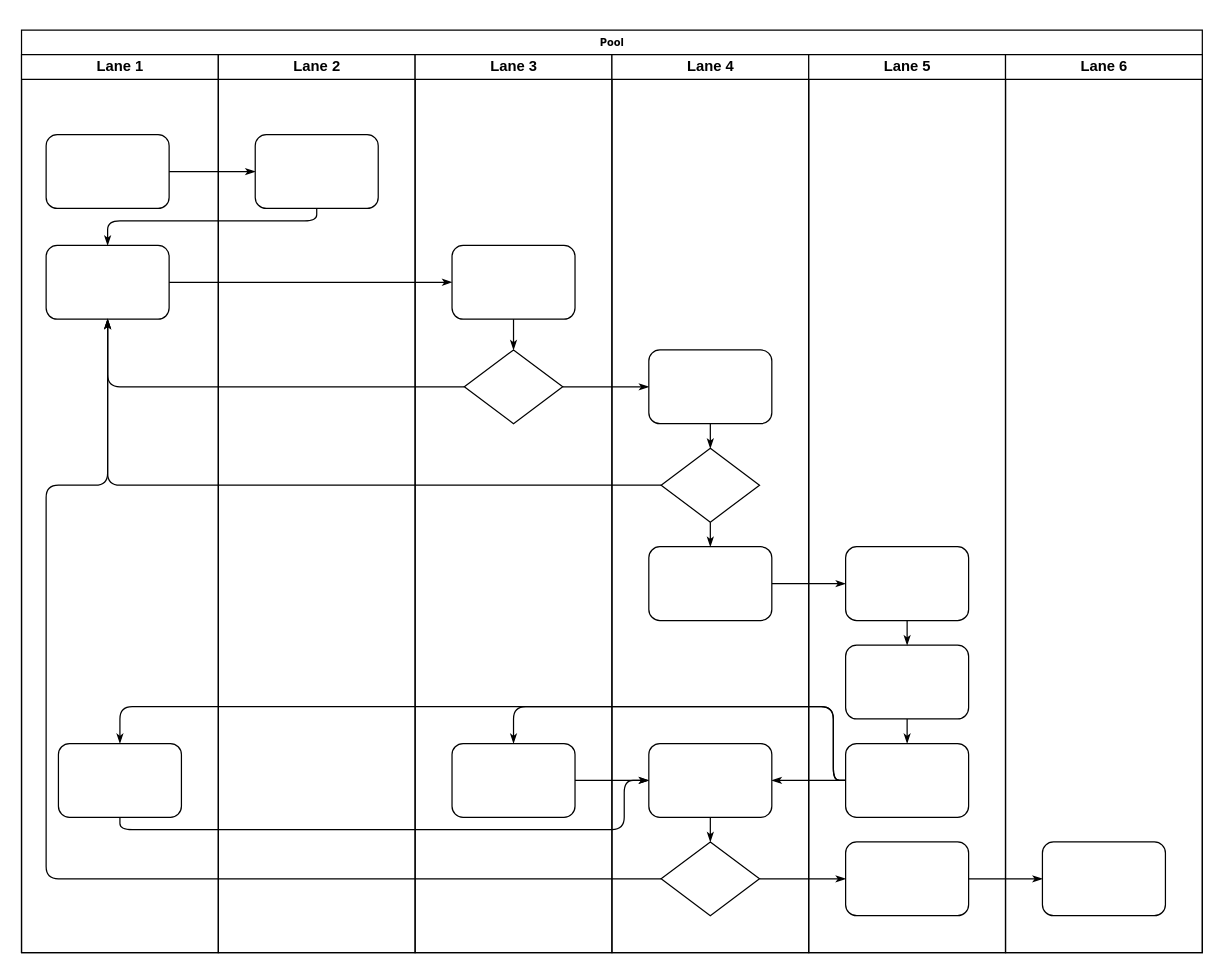
Before: 未命名绘图.drawio in yangjy15033/draw.io, a draw.io diagram. Source tidied: cells renumbered, new cells numbered last; positions are measured from the earlier drawing's top-left corner, leaving out a move shared by most shapes. Both pictures are drawn from the tidied source at 123%, with x=0, y=0 at pixel (21, 30).
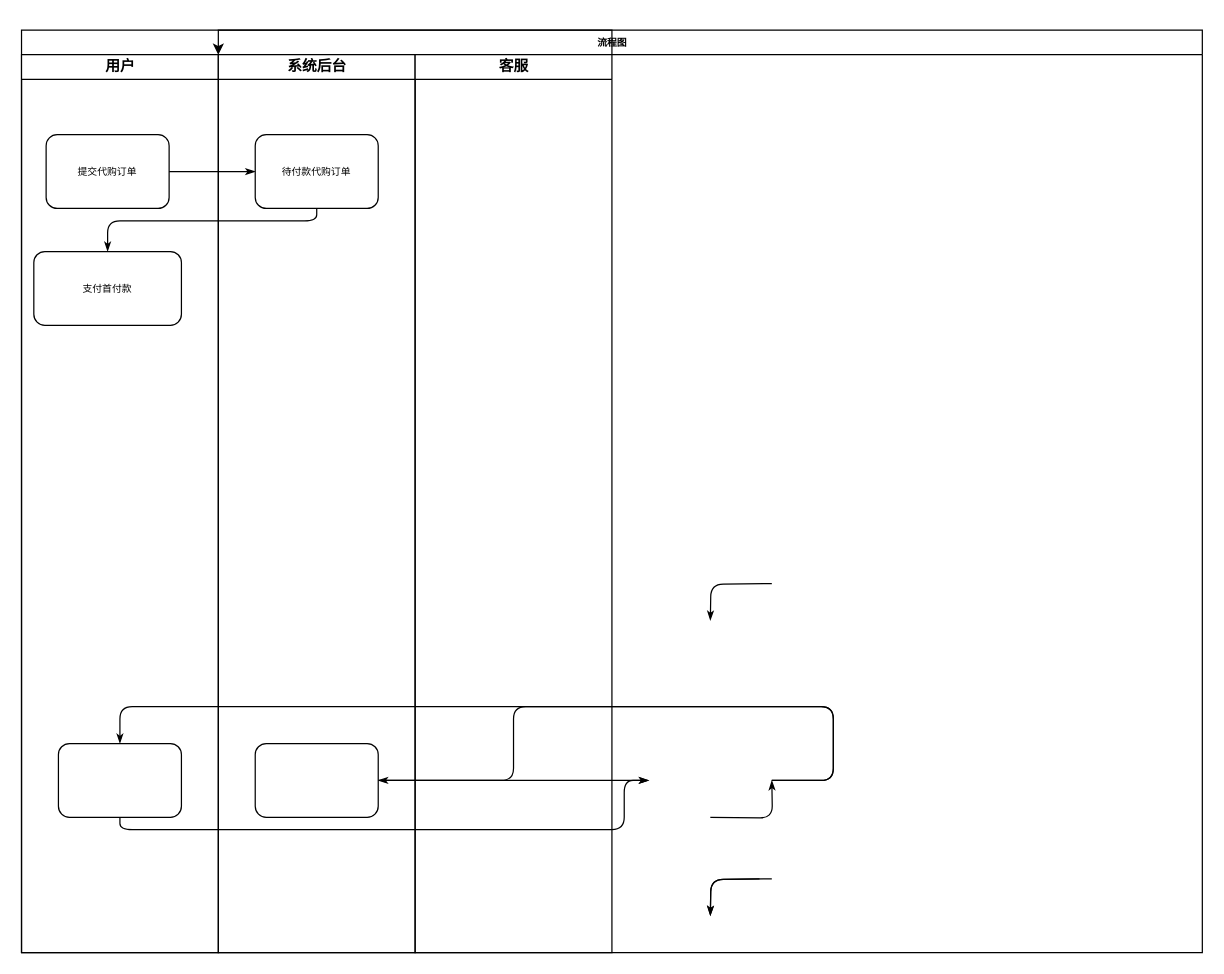
After the change.

Commit message:
更新未命名绘图.drawio

Unchanged cells that the change refers to:
```xml
<mxCell id="6" style="rounded=1;whiteSpace=wrap;html=1;shadow=0;labelBackgroundColor=none;strokeWidth=1;fontFamily=Verdana;fontSize=8;align=center;" parent="3" vertex="1">
  <mxGeometry x="30" y="560" width="100" height="60" as="geometry" />
</mxCell>
```

Change to the diagram source:
```diff
@@
-    <mxCell id="2" value="Pool" style="swimlane;html=1;startSize=20;rounded=0;shadow=0;labelBackgroundColor=none;strokeWidth=1;fontFamily=Verdana;fontSize=8;align=center;" parent="1" vertex="1">
+    <mxCell id="2" value="流程图" style="swimlane;html=1;startSize=20;rounded=0;shadow=0;labelBackgroundColor=none;strokeWidth=1;fontFamily=Verdana;fontSize=8;align=center;" parent="1" vertex="1">
       <mxGeometry width="960" height="750" as="geometry" />
     </mxCell>
-    <mxCell id="3" value="Lane 1" style="swimlane;html=1;startSize=20;" parent="2" vertex="1">
+    <mxCell id="3" value="用户" style="swimlane;html=1;startSize=20;" parent="2" vertex="1">
       <mxGeometry y="20" width="160" height="730" as="geometry" />
     </mxCell>
-    <mxCell id="4" style="rounded=1;whiteSpace=wrap;html=1;shadow=0;labelBackgroundColor=none;strokeWidth=1;fontFamily=Verdana;fontSize=8;align=center;" parent="3" vertex="1">
+    <mxCell id="4" value="提交代购订单" style="rounded=1;whiteSpace=wrap;html=1;shadow=0;labelBackgroundColor=none;strokeWidth=1;fontFamily=Verdana;fontSize=8;align=center;" parent="3" vertex="1">
       <mxGeometry x="20" y="65" width="100" height="60" as="geometry" />
     </mxCell>
-    <mxCell id="5" style="rounded=1;whiteSpace=wrap;html=1;shadow=0;labelBackgroundColor=none;strokeWidth=1;fontFamily=Verdana;fontSize=8;align=center;" parent="3" vertex="1">
-      <mxGeometry x="20" y="155" width="100" height="60" as="geometry" />
-    </mxCell>
@@
+    <mxCell id="47" value="支付首付款" style="whiteSpace=wrap;html=1;fontSize=8;fontFamily=Verdana;rounded=1;shadow=0;labelBackgroundColor=none;strokeWidth=1;" parent="3" vertex="1">
+      <mxGeometry x="10" y="160" width="120" height="60" as="geometry" />
+    </mxCell>
@@
-    <mxCell id="8" style="edgeStyle=orthogonalEdgeStyle;rounded=1;html=1;labelBackgroundColor=none;startArrow=none;startFill=0;startSize=5;endArrow=classicThin;endFill=1;endSize=5;jettySize=auto;strokeWidth=1;fontFamily=Verdana;fontSize=8;" parent="2" edge="1" source="23" target="5">
+    <mxCell id="8" style="edgeStyle=orthogonalEdgeStyle;rounded=1;html=1;labelBackgroundColor=none;startArrow=none;startFill=0;startSize=5;endArrow=classicThin;endFill=1;endSize=5;jettySize=auto;strokeWidth=1;fontFamily=Verdana;fontSize=8;" parent="2" edge="1" source="23" target="47">
       <mxGeometry relative="1" as="geometry">
         <Array as="points">
           <mxPoint x="240" y="155" />
           <mxPoint x="70" y="155" />
         </Array>
       </mxGeometry>
     </mxCell>
-    <mxCell id="9" style="edgeStyle=orthogonalEdgeStyle;rounded=1;html=1;labelBackgroundColor=none;startArrow=none;startFill=0;startSize=5;endArrow=classicThin;endFill=1;endSize=5;jettySize=auto;strokeWidth=1;fontFamily=Verdana;fontSize=8;" parent="2" edge="1" source="5" target="25">
-      <mxGeometry relative="1" as="geometry" />
-    </mxCell>
-    <mxCell id="10" style="edgeStyle=orthogonalEdgeStyle;rounded=1;html=1;labelBackgroundColor=none;startArrow=none;startFill=0;startSize=5;endArrow=classicThin;endFill=1;endSize=5;jettySize=auto;strokeWidth=1;fontFamily=Verdana;fontSize=8;" parent="2" edge="1" source="26" target="5">
-      <mxGeometry relative="1" as="geometry" />
-    </mxCell>
-    <mxCell id="11" style="edgeStyle=orthogonalEdgeStyle;rounded=1;html=1;labelBackgroundColor=none;startArrow=none;startFill=0;startSize=5;endArrow=classicThin;endFill=1;endSize=5;jettySize=auto;strokeWidth=1;fontFamily=Verdana;fontSize=8;" parent="2" edge="1" source="31" target="5">
-      <mxGeometry relative="1" as="geometry" />
-    </mxCell>
-    <mxCell id="12" style="edgeStyle=orthogonalEdgeStyle;rounded=1;html=1;labelBackgroundColor=none;startArrow=none;startFill=0;startSize=5;endArrow=classicThin;endFill=1;endSize=5;jettySize=auto;strokeWidth=1;fontFamily=Verdana;fontSize=8;" parent="2" edge="1" source="34" target="5">
-      <mxGeometry relative="1" as="geometry">
-        <Array as="points">
-          <mxPoint x="20" y="690" />
-          <mxPoint x="20" y="370" />
-          <mxPoint x="70" y="370" />
-        </Array>
-      </mxGeometry>
-    </mxCell>
-    <mxCell id="13" style="edgeStyle=orthogonalEdgeStyle;rounded=1;html=1;labelBackgroundColor=none;startArrow=none;startFill=0;startSize=5;endArrow=classicThin;endFill=1;endSize=5;jettySize=auto;strokeWidth=1;fontFamily=Verdana;fontSize=8;" parent="2" edge="1" source="26" target="30">
-      <mxGeometry relative="1" as="geometry" />
-    </mxCell>
-    <mxCell id="14" style="edgeStyle=orthogonalEdgeStyle;rounded=1;html=1;labelBackgroundColor=none;startArrow=none;startFill=0;startSize=5;endArrow=classicThin;endFill=1;endSize=5;jettySize=auto;strokeWidth=1;fontFamily=Verdana;fontSize=8;" parent="2" edge="1" source="34" target="42">
-      <mxGeometry relative="1" as="geometry" />
+    <mxCell id="14" style="edgeStyle=orthogonalEdgeStyle;rounded=1;html=1;labelBackgroundColor=none;startArrow=none;startFill=0;startSize=5;endArrow=classicThin;endFill=1;endSize=5;jettySize=auto;orthogonalLoop=1;strokeWidth=1;fontFamily=Verdana;fontSize=8;" parent="2" edge="1">
+      <mxGeometry relative="1" as="geometry">
+        <mxPoint x="600" y="690" as="sourcePoint" />
+        <mxPoint x="560" y="720" as="targetPoint" />
+      </mxGeometry>
     </mxCell>
-    <mxCell id="15" style="edgeStyle=orthogonalEdgeStyle;rounded=1;html=1;labelBackgroundColor=none;startArrow=none;startFill=0;startSize=5;endArrow=classicThin;endFill=1;endSize=5;jettySize=auto;strokeWidth=1;fontFamily=Verdana;fontSize=8;" parent="2" edge="1" source="42" target="46">
-      <mxGeometry relative="1" as="geometry" />
+    <mxCell id="15" style="edgeStyle=orthogonalEdgeStyle;rounded=1;html=1;labelBackgroundColor=none;startArrow=none;startFill=0;startSize=5;endArrow=classicThin;endFill=1;endSize=5;jettySize=auto;orthogonalLoop=1;strokeWidth=1;fontFamily=Verdana;fontSize=8;" parent="2" edge="1">
+      <mxGeometry relative="1" as="geometry">
+        <mxPoint x="610" y="690" as="sourcePoint" />
+        <mxPoint x="560" y="720" as="targetPoint" />
+      </mxGeometry>
     </mxCell>
-    <mxCell id="16" style="edgeStyle=orthogonalEdgeStyle;rounded=1;html=1;labelBackgroundColor=none;startArrow=none;startFill=0;startSize=5;endArrow=classicThin;endFill=1;endSize=5;jettySize=auto;strokeWidth=1;fontFamily=Verdana;fontSize=8;" parent="2" edge="1" source="32" target="39">
-      <mxGeometry relative="1" as="geometry" />
+    <mxCell id="16" style="edgeStyle=orthogonalEdgeStyle;rounded=1;html=1;labelBackgroundColor=none;startArrow=none;startFill=0;startSize=5;endArrow=classicThin;endFill=1;endSize=5;jettySize=auto;orthogonalLoop=1;strokeWidth=1;fontFamily=Verdana;fontSize=8;" parent="2" edge="1">
+      <mxGeometry relative="1" as="geometry">
+        <mxPoint x="610" y="450" as="sourcePoint" />
+        <mxPoint x="560" y="480" as="targetPoint" />
+      </mxGeometry>
     </mxCell>
-    <mxCell id="17" style="edgeStyle=orthogonalEdgeStyle;rounded=1;html=1;labelBackgroundColor=none;startArrow=none;startFill=0;startSize=5;endArrow=classicThin;endFill=1;endSize=5;jettySize=auto;strokeWidth=1;fontFamily=Verdana;fontSize=8;" parent="2" edge="1" source="41" target="27">
+    <mxCell id="17" style="edgeStyle=orthogonalEdgeStyle;rounded=1;html=1;labelBackgroundColor=none;startArrow=none;startFill=0;startSize=5;endArrow=classicThin;endFill=1;endSize=5;jettySize=auto;strokeWidth=1;fontFamily=Verdana;fontSize=8;" parent="2" edge="1" target="27">
       <mxGeometry relative="1" as="geometry">
+        <mxPoint x="610" y="610" as="sourcePoint" />
         <Array as="points">
           <mxPoint x="660" y="610" />
           <mxPoint x="660" y="550" />
           <mxPoint x="400" y="550" />
         </Array>
       </mxGeometry>
     </mxCell>
-    <mxCell id="18" style="edgeStyle=orthogonalEdgeStyle;rounded=1;html=1;labelBackgroundColor=none;startArrow=none;startFill=0;startSize=5;endArrow=classicThin;endFill=1;endSize=5;jettySize=auto;strokeColor=#000000;strokeWidth=1;fontFamily=Verdana;fontSize=8;fontColor=#000000;" parent="2" edge="1" source="41" target="33">
-      <mxGeometry relative="1" as="geometry" />
+    <mxCell id="18" style="edgeStyle=orthogonalEdgeStyle;rounded=1;html=1;labelBackgroundColor=none;startArrow=none;startFill=0;startSize=5;endArrow=classicThin;endFill=1;endSize=5;jettySize=auto;orthogonalLoop=1;strokeColor=#000000;strokeWidth=1;fontFamily=Verdana;fontSize=8;fontColor=#000000;" parent="2" edge="1">
+      <mxGeometry relative="1" as="geometry">
+        <mxPoint x="560" y="640" as="sourcePoint" />
+        <mxPoint x="610" y="610" as="targetPoint" />
+      </mxGeometry>
     </mxCell>
-    <mxCell id="19" style="edgeStyle=orthogonalEdgeStyle;rounded=1;html=1;labelBackgroundColor=none;startArrow=none;startFill=0;startSize=5;endArrow=classicThin;endFill=1;endSize=5;jettySize=auto;strokeWidth=1;fontFamily=Verdana;fontSize=8;" parent="2" edge="1" source="41" target="6">
+    <mxCell id="19" style="edgeStyle=orthogonalEdgeStyle;rounded=1;html=1;labelBackgroundColor=none;startArrow=none;startFill=0;startSize=5;endArrow=classicThin;endFill=1;endSize=5;jettySize=auto;strokeWidth=1;fontFamily=Verdana;fontSize=8;" parent="2" edge="1" target="6">
       <mxGeometry relative="1" as="geometry">
+        <mxPoint x="610" y="610" as="sourcePoint" />
         <Array as="points">
           <mxPoint x="660" y="610" />
           <mxPoint x="660" y="550" />
           <mxPoint x="80" y="550" />
         </Array>
       </mxGeometry>
     </mxCell>
-    <mxCell id="20" style="edgeStyle=orthogonalEdgeStyle;rounded=1;html=1;labelBackgroundColor=none;startArrow=none;startFill=0;startSize=5;endArrow=classicThin;endFill=1;endSize=5;jettySize=auto;strokeWidth=1;fontFamily=Verdana;fontSize=8;" parent="2" edge="1" source="6" target="33">
+    <mxCell id="20" style="edgeStyle=orthogonalEdgeStyle;rounded=1;html=1;labelBackgroundColor=none;startArrow=none;startFill=0;startSize=5;endArrow=classicThin;endFill=1;endSize=5;jettySize=auto;strokeWidth=1;fontFamily=Verdana;fontSize=8;" parent="2" edge="1" source="6">
       <mxGeometry relative="1" as="geometry">
+        <mxPoint x="510" y="610" as="targetPoint" />
         <Array as="points">
           <mxPoint x="80" y="650" />
           <mxPoint x="490" y="650" />
           <mxPoint x="490" y="610" />
         </Array>
       </mxGeometry>
     </mxCell>
-    <mxCell id="21" style="edgeStyle=orthogonalEdgeStyle;rounded=1;html=1;labelBackgroundColor=none;startArrow=none;startFill=0;startSize=5;endArrow=classicThin;endFill=1;endSize=5;jettySize=auto;strokeWidth=1;fontFamily=Verdana;fontSize=8;" parent="2" edge="1" source="27" target="33">
-      <mxGeometry relative="1" as="geometry" />
+    <mxCell id="21" style="edgeStyle=orthogonalEdgeStyle;rounded=1;html=1;labelBackgroundColor=none;startArrow=none;startFill=0;startSize=5;endArrow=classicThin;endFill=1;endSize=5;jettySize=auto;strokeWidth=1;fontFamily=Verdana;fontSize=8;" parent="2" edge="1" source="27">
+      <mxGeometry relative="1" as="geometry">
+        <mxPoint x="510" y="610" as="targetPoint" />
+      </mxGeometry>
     </mxCell>
+    <mxCell id="48" style="edgeStyle=orthogonalEdgeStyle;rounded=0;jettySize=auto;html=1;exitX=1;exitY=0;exitDx=0;exitDy=0;entryX=0;entryY=0;entryDx=0;entryDy=0;" parent="2" edge="1" source="22" target="24">
+      <mxGeometry relative="1" as="geometry" />
+    </mxCell>
+    <mxCell id="24" value="系统后台" style="swimlane;html=1;startSize=20;" parent="2" vertex="1">
+      <mxGeometry x="160" y="20" width="160" height="730" as="geometry" />
+    </mxCell>
+    <mxCell id="27" style="rounded=1;whiteSpace=wrap;html=1;shadow=0;labelBackgroundColor=none;strokeWidth=1;fontFamily=Verdana;fontSize=8;align=center;" parent="24" vertex="1">
+      <mxGeometry x="30" y="560" width="100" height="60" as="geometry" />
+    </mxCell>
+    <mxCell id="23" value="待付款代购订单" style="rounded=1;whiteSpace=wrap;html=1;shadow=0;labelBackgroundColor=none;strokeWidth=1;fontFamily=Verdana;fontSize=8;align=center;" parent="24" vertex="1">
+      <mxGeometry x="30" y="65" width="100" height="60" as="geometry" />
+    </mxCell>
-    <mxCell id="22" value="Lane 2" style="swimlane;html=1;startSize=20;" parent="2" vertex="1">
-      <mxGeometry x="160" y="20" width="160" height="730" as="geometry" />
+    <mxCell id="22" value="客服" style="swimlane;html=1;startSize=20;" parent="2" vertex="1">
+      <mxGeometry x="320" y="20" width="160" height="730" as="geometry" />
     </mxCell>
-    <mxCell id="23" style="rounded=1;whiteSpace=wrap;html=1;shadow=0;labelBackgroundColor=none;strokeWidth=1;fontFamily=Verdana;fontSize=8;align=center;" parent="22" vertex="1">
-      <mxGeometry x="30" y="65" width="100" height="60" as="geometry" />
-    </mxCell>
-    <mxCell id="24" value="Lane 3" style="swimlane;html=1;startSize=20;" parent="2" vertex="1">
-      <mxGeometry x="320" y="20" width="160" height="730" as="geometry" />
-    </mxCell>
-    <mxCell id="25" style="rounded=1;whiteSpace=wrap;html=1;shadow=0;labelBackgroundColor=none;strokeWidth=1;fontFamily=Verdana;fontSize=8;align=center;" parent="24" vertex="1">
-      <mxGeometry x="30" y="155" width="100" height="60" as="geometry" />
-    </mxCell>
-    <mxCell id="26" style="rhombus;whiteSpace=wrap;html=1;rounded=0;shadow=0;labelBackgroundColor=none;strokeWidth=1;fontFamily=Verdana;fontSize=8;align=center;" parent="24" vertex="1">
-      <mxGeometry x="40" y="240" width="80" height="60" as="geometry" />
-    </mxCell>
-    <mxCell id="27" style="rounded=1;whiteSpace=wrap;html=1;shadow=0;labelBackgroundColor=none;strokeWidth=1;fontFamily=Verdana;fontSize=8;align=center;" parent="24" vertex="1">
-      <mxGeometry x="30" y="560" width="100" height="60" as="geometry" />
-    </mxCell>
-    <mxCell id="28" style="edgeStyle=orthogonalEdgeStyle;rounded=1;html=1;labelBackgroundColor=none;startArrow=none;startFill=0;startSize=5;endArrow=classicThin;endFill=1;endSize=5;jettySize=auto;strokeWidth=1;fontFamily=Verdana;fontSize=8;" parent="24" edge="1" source="25" target="26">
-      <mxGeometry relative="1" as="geometry" />
-    </mxCell>
-    <mxCell id="29" value="Lane 4" style="swimlane;html=1;startSize=20;" parent="2" vertex="1">
-      <mxGeometry x="480" y="20" width="160" height="730" as="geometry" />
-    </mxCell>
-    <mxCell id="30" style="rounded=1;whiteSpace=wrap;html=1;shadow=0;labelBackgroundColor=none;strokeWidth=1;fontFamily=Verdana;fontSize=8;align=center;" parent="29" vertex="1">
-      <mxGeometry x="30" y="240" width="100" height="60" as="geometry" />
-    </mxCell>
-    <mxCell id="31" style="rhombus;whiteSpace=wrap;html=1;rounded=0;shadow=0;labelBackgroundColor=none;strokeWidth=1;fontFamily=Verdana;fontSize=8;align=center;" parent="29" vertex="1">
-      <mxGeometry x="40" y="320" width="80" height="60" as="geometry" />
-    </mxCell>
-    <mxCell id="32" style="rounded=1;whiteSpace=wrap;html=1;shadow=0;labelBackgroundColor=none;strokeWidth=1;fontFamily=Verdana;fontSize=8;align=center;" parent="29" vertex="1">
-      <mxGeometry x="30" y="400" width="100" height="60" as="geometry" />
-    </mxCell>
-    <mxCell id="33" style="rounded=1;whiteSpace=wrap;html=1;shadow=0;labelBackgroundColor=none;strokeWidth=1;fontFamily=Verdana;fontSize=8;align=center;" parent="29" vertex="1">
-      <mxGeometry x="30" y="560" width="100" height="60" as="geometry" />
-    </mxCell>
-    <mxCell id="34" style="rhombus;whiteSpace=wrap;html=1;rounded=0;shadow=0;labelBackgroundColor=none;strokeWidth=1;fontFamily=Verdana;fontSize=8;align=center;" parent="29" vertex="1">
-      <mxGeometry x="40" y="640" width="80" height="60" as="geometry" />
-    </mxCell>
-    <mxCell id="35" style="edgeStyle=orthogonalEdgeStyle;rounded=1;html=1;labelBackgroundColor=none;startArrow=none;startFill=0;startSize=5;endArrow=classicThin;endFill=1;endSize=5;jettySize=auto;strokeColor=#000000;strokeWidth=1;fontFamily=Verdana;fontSize=8;fontColor=#000000;" parent="29" edge="1" source="30" target="31">
-      <mxGeometry relative="1" as="geometry" />
-    </mxCell>
-    <mxCell id="36" style="edgeStyle=orthogonalEdgeStyle;rounded=1;html=1;labelBackgroundColor=none;startArrow=none;startFill=0;startSize=5;endArrow=classicThin;endFill=1;endSize=5;jettySize=auto;strokeWidth=1;fontFamily=Verdana;fontSize=8;" parent="29" edge="1" source="31" target="32">
-      <mxGeometry relative="1" as="geometry" />
-    </mxCell>
-    <mxCell id="37" style="edgeStyle=orthogonalEdgeStyle;rounded=1;html=1;labelBackgroundColor=none;startArrow=none;startFill=0;startSize=5;endArrow=classicThin;endFill=1;endSize=5;jettySize=auto;strokeWidth=1;fontFamily=Verdana;fontSize=8;" parent="29" edge="1" source="33" target="34">
-      <mxGeometry relative="1" as="geometry" />
-    </mxCell>
-    <mxCell id="38" value="Lane 5" style="swimlane;html=1;startSize=20;" parent="2" vertex="1">
-      <mxGeometry x="640" y="20" width="160" height="730" as="geometry" />
-    </mxCell>
-    <mxCell id="39" style="rounded=1;whiteSpace=wrap;html=1;shadow=0;labelBackgroundColor=none;strokeWidth=1;fontFamily=Verdana;fontSize=8;align=center;" parent="38" vertex="1">
-      <mxGeometry x="30" y="400" width="100" height="60" as="geometry" />
-    </mxCell>
-    <mxCell id="40" style="rounded=1;whiteSpace=wrap;html=1;shadow=0;labelBackgroundColor=none;strokeWidth=1;fontFamily=Verdana;fontSize=8;align=center;" parent="38" vertex="1">
-      <mxGeometry x="30" y="480" width="100" height="60" as="geometry" />
-    </mxCell>
-    <mxCell id="41" style="rounded=1;whiteSpace=wrap;html=1;shadow=0;labelBackgroundColor=none;strokeWidth=1;fontFamily=Verdana;fontSize=8;align=center;" parent="38" vertex="1">
-      <mxGeometry x="30" y="560" width="100" height="60" as="geometry" />
-    </mxCell>
-    <mxCell id="42" style="rounded=1;whiteSpace=wrap;html=1;shadow=0;labelBackgroundColor=none;strokeWidth=1;fontFamily=Verdana;fontSize=8;align=center;" parent="38" vertex="1">
-      <mxGeometry x="30" y="640" width="100" height="60" as="geometry" />
-    </mxCell>
-    <mxCell id="43" style="edgeStyle=orthogonalEdgeStyle;rounded=1;html=1;labelBackgroundColor=none;startArrow=none;startFill=0;startSize=5;endArrow=classicThin;endFill=1;endSize=5;jettySize=auto;strokeWidth=1;fontFamily=Verdana;fontSize=8;" parent="38" edge="1" source="39" target="40">
-      <mxGeometry relative="1" as="geometry" />
-    </mxCell>
-    <mxCell id="44" style="edgeStyle=orthogonalEdgeStyle;rounded=1;html=1;labelBackgroundColor=none;startArrow=none;startFill=0;startSize=5;endArrow=classicThin;endFill=1;endSize=5;jettySize=auto;strokeWidth=1;fontFamily=Verdana;fontSize=8;" parent="38" edge="1" source="40" target="41">
-      <mxGeometry relative="1" as="geometry" />
-    </mxCell>
-    <mxCell id="45" value="Lane 6" style="swimlane;html=1;startSize=20;" parent="2" vertex="1">
-      <mxGeometry x="800" y="20" width="160" height="730" as="geometry" />
-    </mxCell>
-    <mxCell id="46" style="rounded=1;whiteSpace=wrap;html=1;shadow=0;labelBackgroundColor=none;strokeWidth=1;fontFamily=Verdana;fontSize=8;align=center;" parent="45" vertex="1">
-      <mxGeometry x="30" y="640" width="100" height="60" as="geometry" />
-    </mxCell>
```
